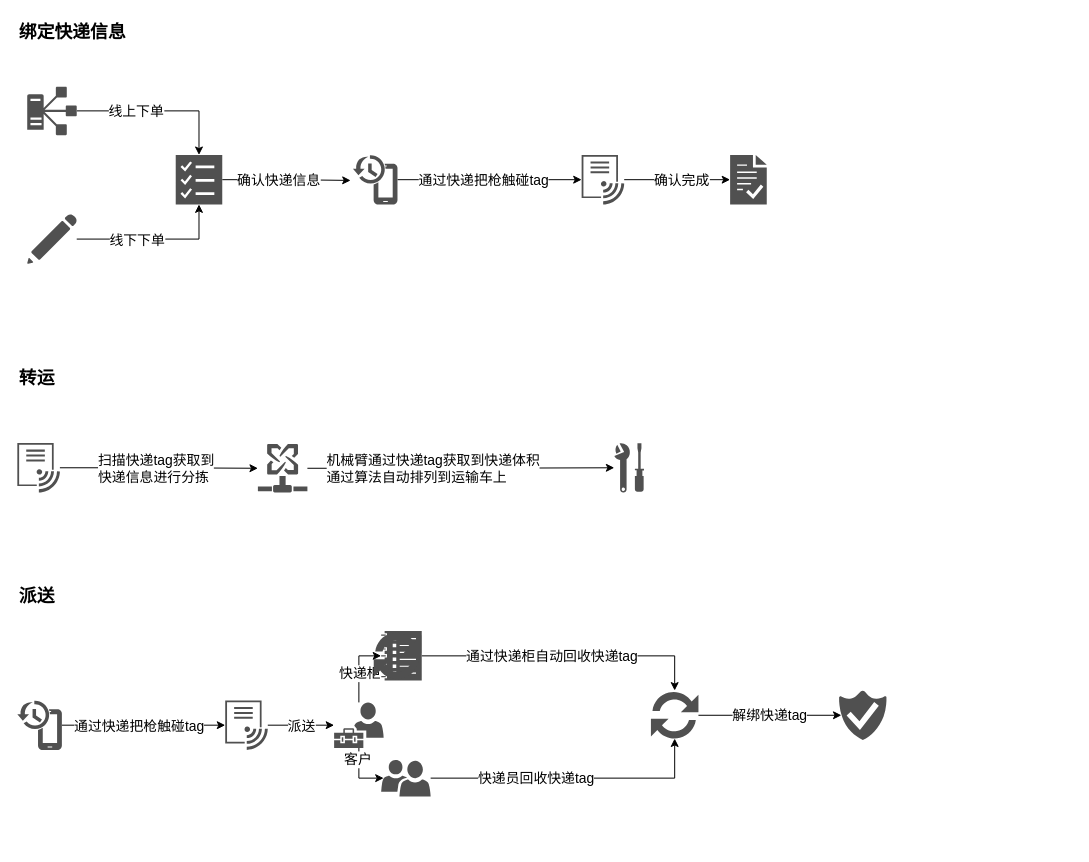
Before: 快递tag.drawio in Mica-Ma/diagrams, a draw.io diagram. Source tidied: cells renumbered, new cells numbered last; positions are measured from the earlier drawing's top-left corner, leaving out a move shared by most shapes. Both pictures are drawn from the tidied source at 99%, with x=0, y=0 at pixel (17, 17).
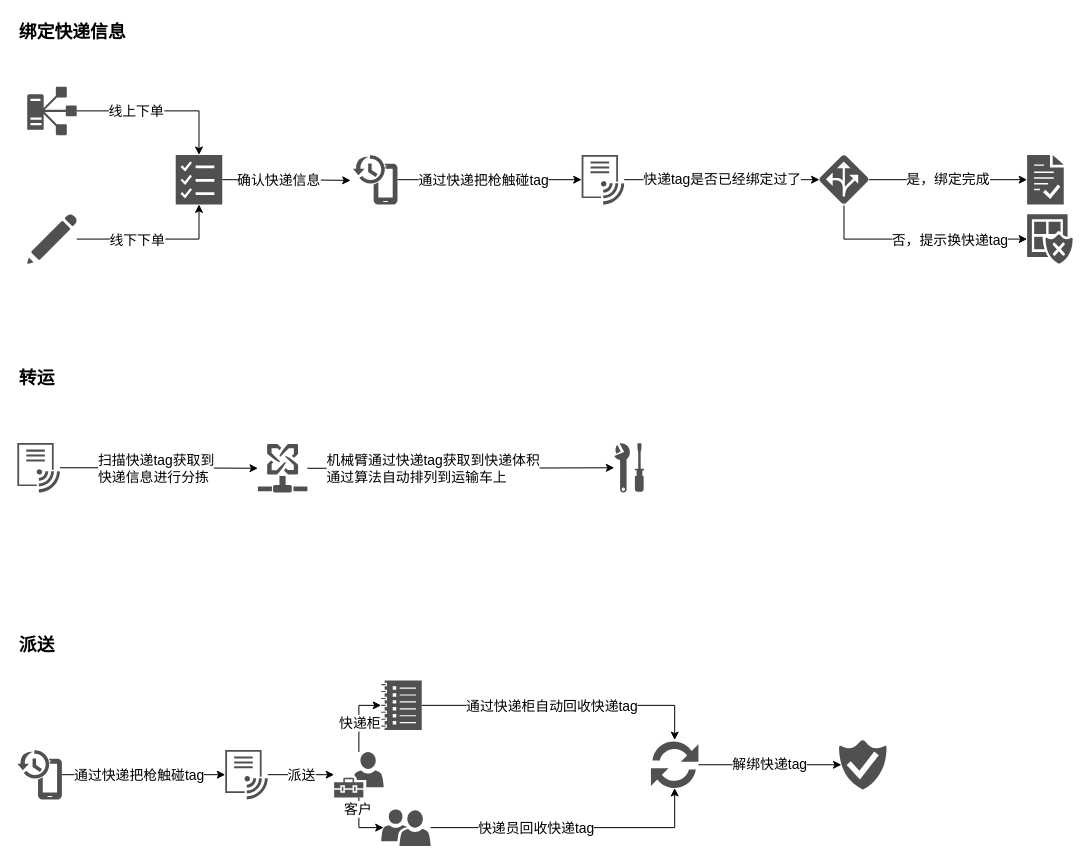
The same page after the edit.

Unchanged cells that the change refers to:
```xml
<mxCell id="15" style="sketch=0;shadow=0;dashed=0;html=1;strokeColor=none;labelPosition=center;verticalLabelPosition=bottom;verticalAlign=top;align=center;fillColor=#505050;shape=mxgraph.mscae.intune.intune_wifi_profiles;fontSize=14;" parent="1" vertex="1">
  <mxGeometry x="570" y="139" width="43" height="50" as="geometry" />
</mxCell>
```

What changed in the source:
```diff
@@
     <mxCell id="3" style="sketch=0;shadow=0;dashed=0;html=1;strokeColor=none;labelPosition=center;verticalLabelPosition=bottom;verticalAlign=top;align=center;fillColor=#505050;shape=mxgraph.mscae.intune.terms_and_conditions;fontSize=14;" parent="1" vertex="1">
-      <mxGeometry x="720" y="139" width="37" height="50" as="geometry" />
+      <mxGeometry x="1020" y="139" width="37" height="50" as="geometry" />
     </mxCell>
@@
-    <mxCell id="13" style="edgeStyle=orthogonalEdgeStyle;rounded=0;jettySize=auto;html=1;entryX=0;entryY=0.5;entryDx=0;entryDy=0;entryPerimeter=0;fontSize=14;" parent="1" edge="1" source="15" target="3">
-      <mxGeometry relative="1" as="geometry" />
-    </mxCell>
-    <mxCell id="14" value="确认完成" style="edgeLabel;html=1;align=center;verticalAlign=middle;fontSize=14;" parent="13" vertex="1">
-      <mxGeometry x="0.24" y="1" relative="1" as="geometry">
-        <mxPoint x="-9" y="1" as="offset" />
-      </mxGeometry>
-    </mxCell>
+    <mxCell id="49" value="快递tag是否已经绑定过了" style="edgeStyle=orthogonalEdgeStyle;rounded=0;jettySize=auto;html=1;entryX=0.005;entryY=0.5;entryDx=0;entryDy=0;entryPerimeter=0;fontSize=14;" parent="1" edge="1" source="15" target="53">
+      <mxGeometry relative="1" as="geometry" />
+    </mxCell>
@@
     <mxCell id="22" style="sketch=0;shadow=0;dashed=0;html=1;strokeColor=none;labelPosition=center;verticalLabelPosition=bottom;verticalAlign=top;align=center;fillColor=#505050;shape=mxgraph.mscae.intune.device_history;fontSize=14;" parent="1" vertex="1">
-      <mxGeometry y="690" width="45" height="50" as="geometry" />
+      <mxGeometry y="740" width="45" height="50" as="geometry" />
     </mxCell>
@@
     <mxCell id="25" style="sketch=0;shadow=0;dashed=0;html=1;strokeColor=none;labelPosition=center;verticalLabelPosition=bottom;verticalAlign=top;align=center;fillColor=#505050;shape=mxgraph.mscae.intune.intune_wifi_profiles;fontSize=14;" parent="1" vertex="1">
-      <mxGeometry x="210" y="690" width="43" height="50" as="geometry" />
+      <mxGeometry x="210" y="740" width="43" height="50" as="geometry" />
     </mxCell>
     <mxCell id="26" value="&lt;span style=&quot;font-size: 18px;&quot;&gt;&lt;b&gt;派送&lt;/b&gt;&lt;/span&gt;" style="text;html=1;strokeColor=none;fillColor=none;align=left;verticalAlign=middle;whiteSpace=wrap;rounded=0;" parent="1" vertex="1">
-      <mxGeometry y="570" width="140" height="30" as="geometry" />
+      <mxGeometry y="620" width="140" height="30" as="geometry" />
     </mxCell>
@@
     <mxCell id="29" style="sketch=0;shadow=0;dashed=0;html=1;strokeColor=none;labelPosition=center;verticalLabelPosition=bottom;verticalAlign=top;align=center;fillColor=#505050;shape=mxgraph.mscae.oms.log_management;fontSize=18;" parent="1" vertex="1">
-      <mxGeometry x="367.5" y="620" width="41" height="50" as="geometry" />
+      <mxGeometry x="367.5" y="670" width="41" height="50" as="geometry" />
     </mxCell>
@@
     <mxCell id="32" style="edgeStyle=orthogonalEdgeStyle;rounded=0;jettySize=auto;html=1;entryX=0.05;entryY=0.5;entryDx=0;entryDy=0;entryPerimeter=0;fontSize=14;" parent="1" edge="1" source="34" target="37">
       <mxGeometry relative="1" as="geometry">
         <Array as="points">
-          <mxPoint x="345" y="769" />
-          <mxPoint x="370" y="769" />
+          <mxPoint x="345" y="819" />
+          <mxPoint x="370" y="819" />
         </Array>
       </mxGeometry>
     </mxCell>
@@
     <mxCell id="34" style="sketch=0;shadow=0;dashed=0;html=1;strokeColor=none;labelPosition=center;verticalLabelPosition=bottom;verticalAlign=top;align=center;fillColor=#505050;shape=mxgraph.mscae.intune.user_management;fontSize=18;" parent="1" vertex="1">
-      <mxGeometry x="320" y="692" width="50" height="46" as="geometry" />
+      <mxGeometry x="320" y="742" width="50" height="46" as="geometry" />
     </mxCell>
@@
     <mxCell id="37" style="sketch=0;shadow=0;dashed=0;html=1;strokeColor=none;labelPosition=center;verticalLabelPosition=bottom;verticalAlign=top;align=center;fillColor=#505050;shape=mxgraph.mscae.intune.user_group;fontSize=18;" parent="1" vertex="1">
-      <mxGeometry x="367.5" y="750" width="50" height="37" as="geometry" />
+      <mxGeometry x="367.5" y="800" width="50" height="37" as="geometry" />
     </mxCell>
@@
     <mxCell id="42" style="sketch=0;shadow=0;dashed=0;html=1;strokeColor=none;labelPosition=center;verticalLabelPosition=bottom;verticalAlign=top;align=center;fillColor=#505050;shape=mxgraph.mscae.intune.update;fontSize=14;" parent="1" vertex="1">
-      <mxGeometry x="640" y="680" width="48" height="50" as="geometry" />
+      <mxGeometry x="640" y="730" width="48" height="50" as="geometry" />
     </mxCell>
-    <mxCell id="43" style="sketch=0;shadow=0;dashed=0;html=1;strokeColor=none;labelPosition=center;verticalLabelPosition=bottom;verticalAlign=top;align=center;fillColor=#505050;shape=mxgraph.mscae.intune.update;fontSize=14;" parent="1" vertex="1">
-      <mxGeometry x="360" y="620" width="48" height="50" as="geometry" />
-    </mxCell>
     <mxCell id="44" style="sketch=0;shadow=0;dashed=0;html=1;strokeColor=none;labelPosition=center;verticalLabelPosition=bottom;verticalAlign=top;align=center;fillColor=#505050;shape=mxgraph.mscae.intune.end_protection;fontSize=14;" parent="1" vertex="1">
-      <mxGeometry x="830" y="680" width="48" height="50" as="geometry" />
+      <mxGeometry x="830" y="730" width="48" height="50" as="geometry" />
     </mxCell>
@@
+    <mxCell id="50" value="是，绑定完成" style="edgeStyle=orthogonalEdgeStyle;rounded=0;jettySize=auto;html=1;entryX=0;entryY=0.5;entryDx=0;entryDy=0;entryPerimeter=0;fontSize=14;" parent="1" edge="1" source="53" target="3">
+      <mxGeometry relative="1" as="geometry" />
+    </mxCell>
+    <mxCell id="51" style="edgeStyle=orthogonalEdgeStyle;rounded=0;jettySize=auto;html=1;entryX=0;entryY=0.5;entryDx=0;entryDy=0;entryPerimeter=0;fontSize=14;" parent="1" edge="1" target="54">
+      <mxGeometry relative="1" as="geometry">
+        <mxPoint x="835" y="190" as="sourcePoint" />
+        <Array as="points">
+          <mxPoint x="835" y="224" />
+        </Array>
+      </mxGeometry>
+    </mxCell>
+    <mxCell id="52" value="否，提示换快递tag" style="edgeLabel;html=1;align=center;verticalAlign=middle;fontSize=14;" parent="51" vertex="1">
+      <mxGeometry x="0.22" y="-1" relative="1" as="geometry">
+        <mxPoint x="6" y="-1" as="offset" />
+      </mxGeometry>
+    </mxCell>
+    <mxCell id="53" style="sketch=0;shadow=0;dashed=0;html=1;strokeColor=none;labelPosition=center;verticalLabelPosition=bottom;verticalAlign=top;align=center;fillColor=#505050;shape=mxgraph.mscae.oms.wire_data;fontSize=14;" parent="1" vertex="1">
+      <mxGeometry x="810" y="139" width="50" height="50" as="geometry" />
+    </mxCell>
+    <mxCell id="54" style="sketch=0;shadow=0;dashed=0;html=1;strokeColor=none;labelPosition=center;verticalLabelPosition=bottom;verticalAlign=top;align=center;fillColor=#505050;shape=mxgraph.mscae.intune.noncompliant_apps;fontSize=14;" parent="1" vertex="1">
+      <mxGeometry x="1020" y="199" width="46" height="50" as="geometry" />
+    </mxCell>
```
